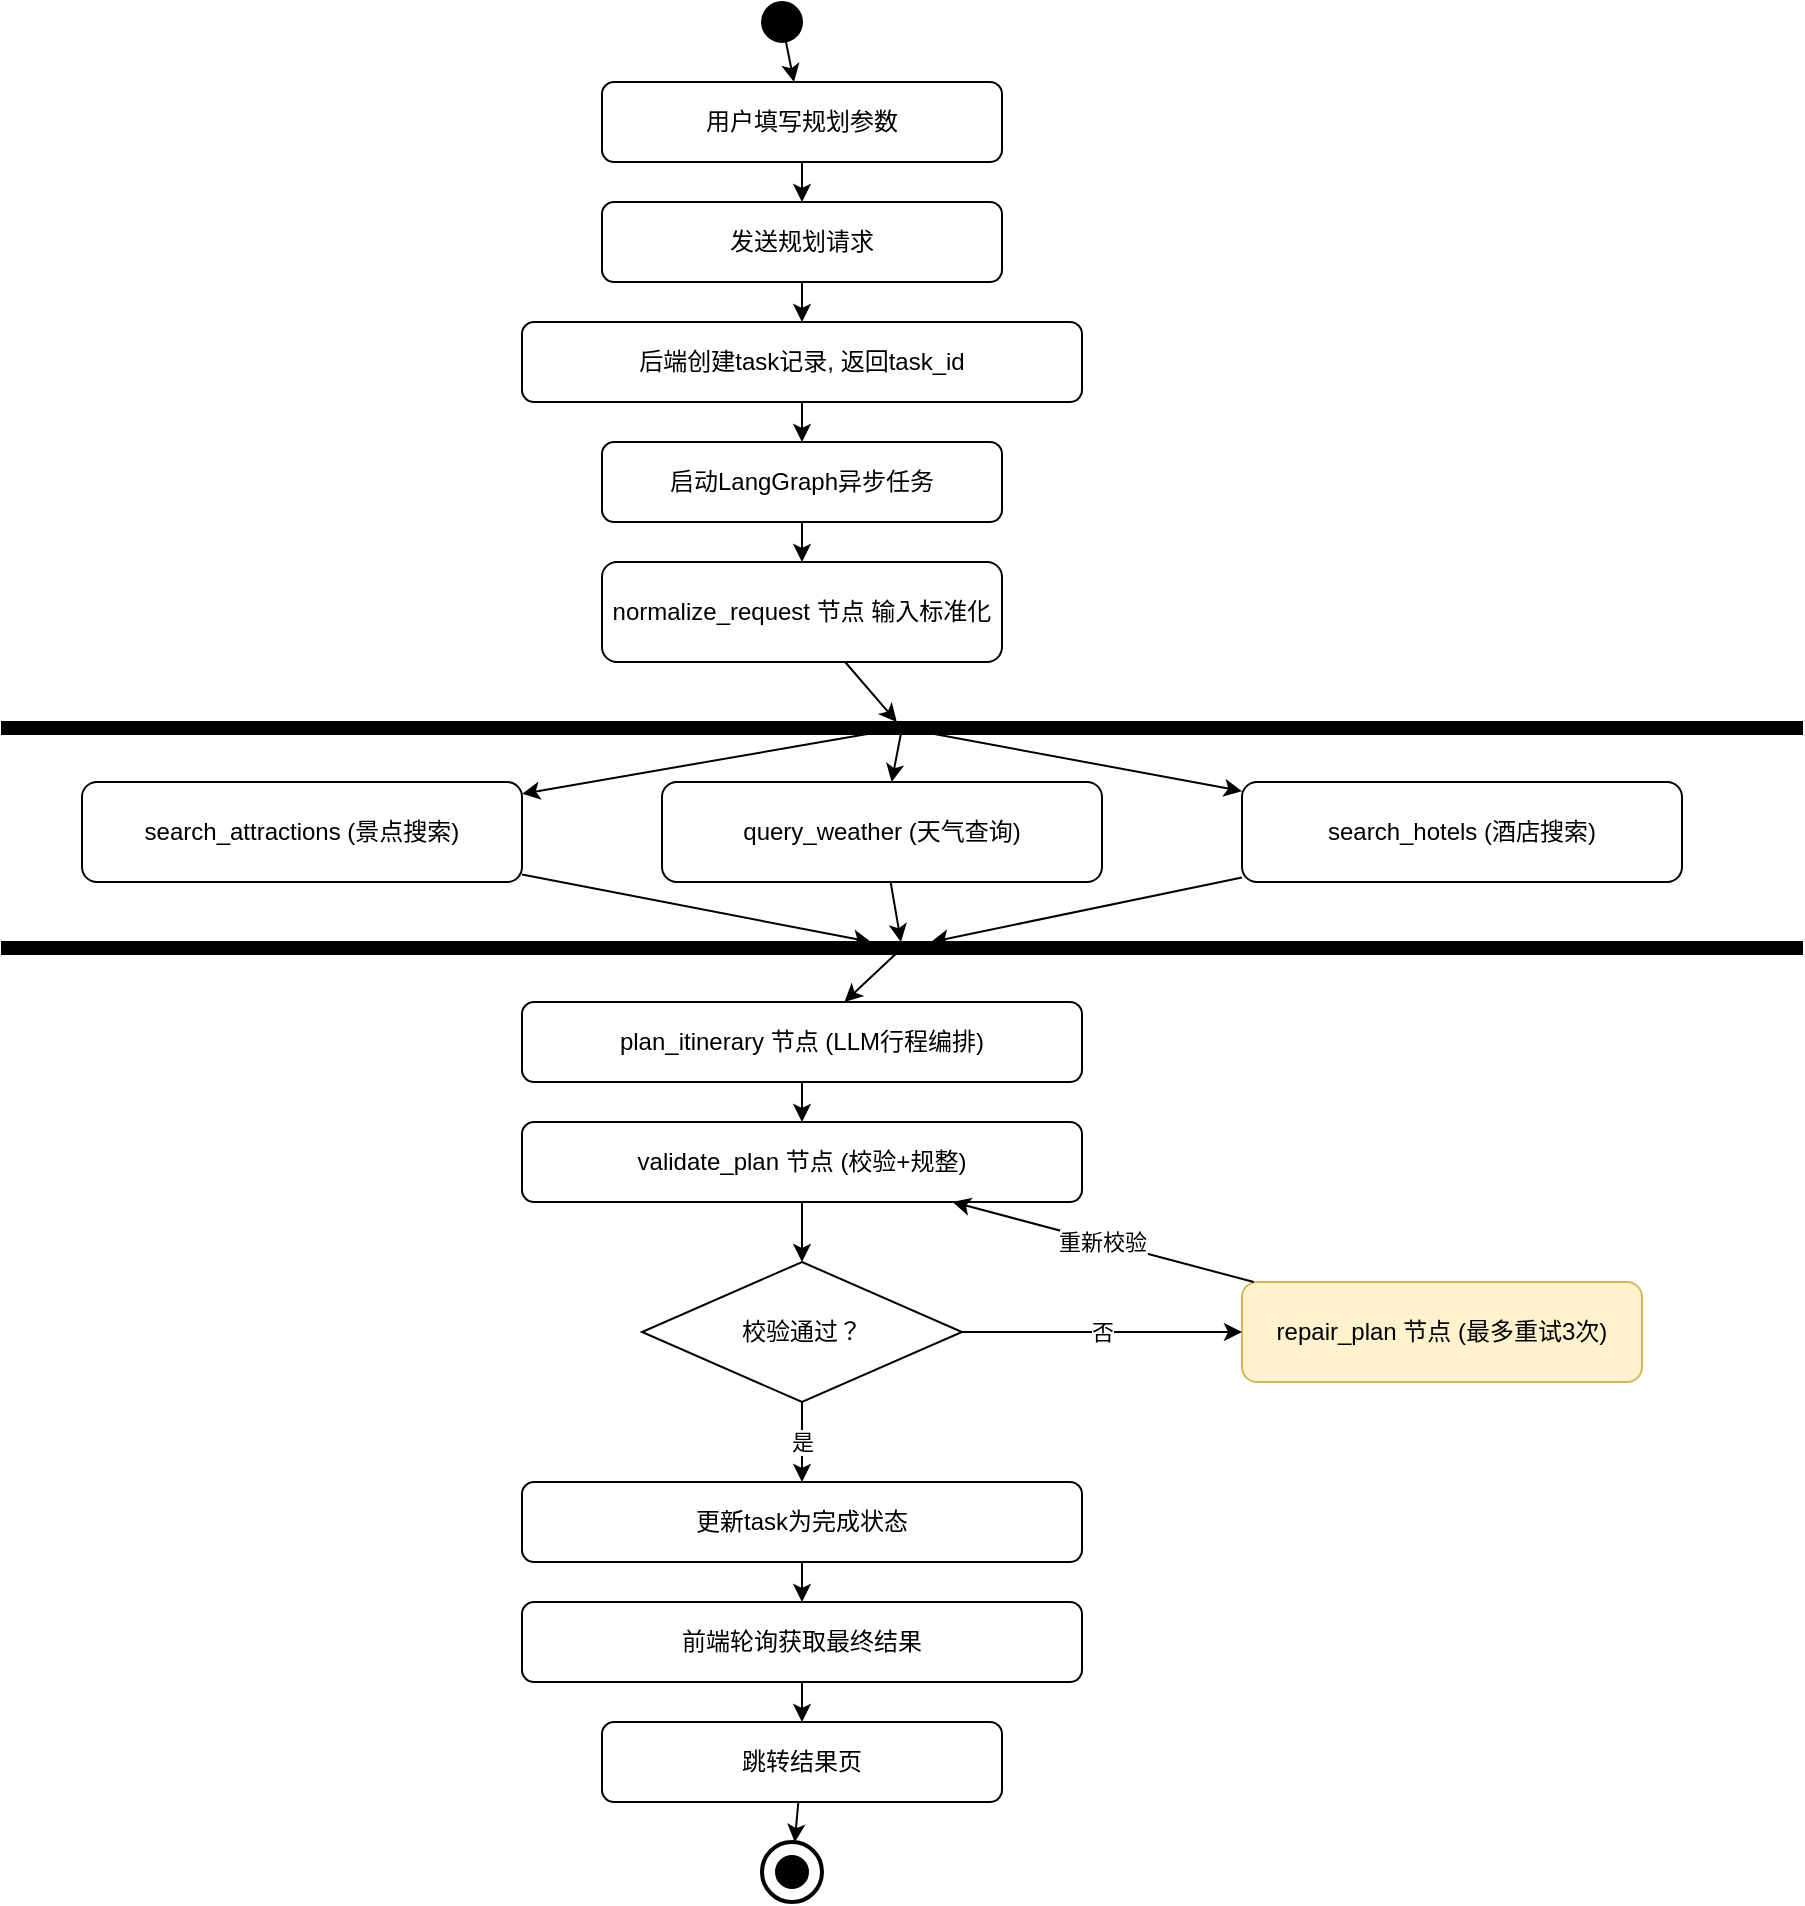
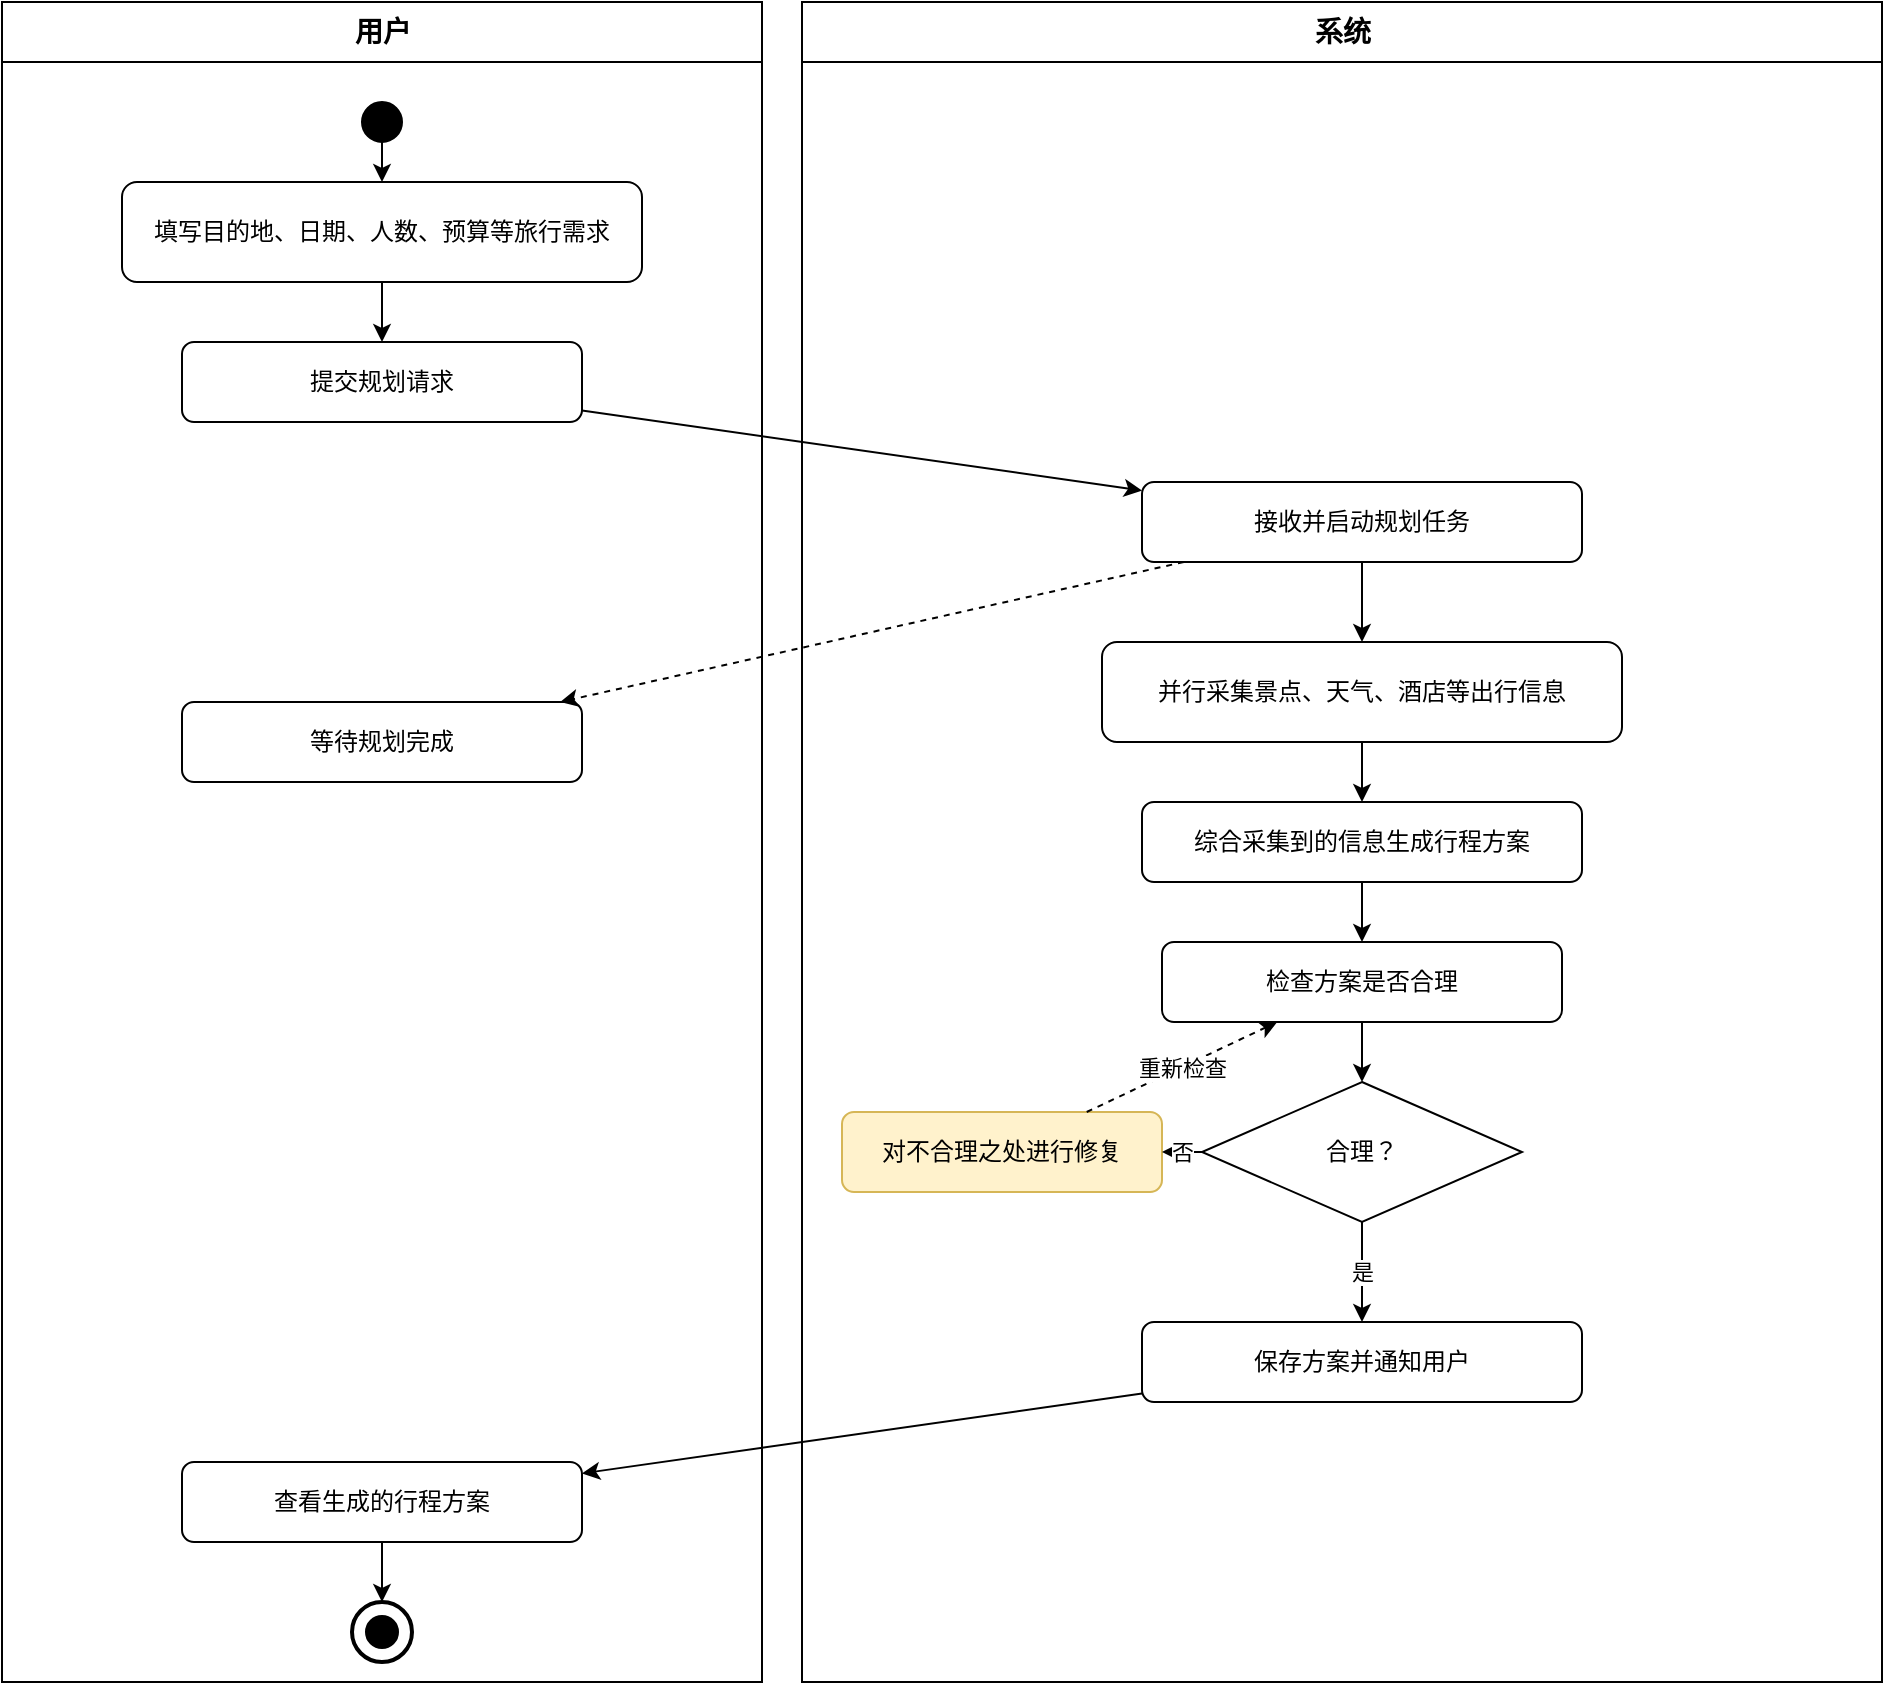
<mxfile host="app.diagrams.net" type="device">
  <diagram name="智能旅行规划活动图" id="actPlan">
-     <mxGraphModel dx="1200" dy="900" grid="1" gridSize="10" guides="1" tooltips="1" connect="1" arrows="1" fold="1" page="1" pageScale="1" pageWidth="1200" pageHeight="1100" math="0" shadow="0">
+     <mxGraphModel dx="1100" dy="900" grid="1" gridSize="10" guides="1" tooltips="1" connect="1" arrows="1" fold="1" page="1" pageScale="1" pageWidth="1000" pageHeight="900" math="0" shadow="0">
      <root>
        <mxCell id="0"/>
        <mxCell id="1" parent="0"/>
-         <mxCell id="n1" value="" style="ellipse;whiteSpace=wrap;html=1;fillColor=#000000;strokeColor=#000000;" vertex="1" parent="1"><mxGeometry x="540" y="20" width="20" height="20" as="geometry"/></mxCell>
-         <mxCell id="n2" value="用户填写规划参数" style="rounded=1;whiteSpace=wrap;html=1;fontSize=12;" vertex="1" parent="1"><mxGeometry x="460" y="60" width="200" height="40" as="geometry"/></mxCell>
-         <mxCell id="n3" value="发送规划请求" style="rounded=1;whiteSpace=wrap;html=1;fontSize=12;" vertex="1" parent="1"><mxGeometry x="460" y="120" width="200" height="40" as="geometry"/></mxCell>
-         <mxCell id="n4" value="后端创建task记录, 返回task_id" style="rounded=1;whiteSpace=wrap;html=1;fontSize=12;" vertex="1" parent="1"><mxGeometry x="420" y="180" width="280" height="40" as="geometry"/></mxCell>
-         <mxCell id="n5" value="启动LangGraph异步任务" style="rounded=1;whiteSpace=wrap;html=1;fontSize=12;" vertex="1" parent="1"><mxGeometry x="460" y="240" width="200" height="40" as="geometry"/></mxCell>
-         <mxCell id="n6" value="normalize_request 节点 输入标准化" style="rounded=1;whiteSpace=wrap;html=1;fontSize=12;" vertex="1" parent="1"><mxGeometry x="460" y="300" width="200" height="50" as="geometry"/></mxCell>
-         <mxCell id="n7" value="" style="rounded=0;whiteSpace=wrap;html=1;fillColor=#000000;strokeColor=#000000;" vertex="1" parent="1"><mxGeometry x="160" y="380" width="900" height="6" as="geometry"/></mxCell>
-         <mxCell id="n8" value="search_attractions (景点搜索)" style="rounded=1;whiteSpace=wrap;html=1;fontSize=12;" vertex="1" parent="1"><mxGeometry x="200" y="410" width="220" height="50" as="geometry"/></mxCell>
-         <mxCell id="n9" value="query_weather (天气查询)" style="rounded=1;whiteSpace=wrap;html=1;fontSize=12;" vertex="1" parent="1"><mxGeometry x="490" y="410" width="220" height="50" as="geometry"/></mxCell>
-         <mxCell id="n10" value="search_hotels (酒店搜索)" style="rounded=1;whiteSpace=wrap;html=1;fontSize=12;" vertex="1" parent="1"><mxGeometry x="780" y="410" width="220" height="50" as="geometry"/></mxCell>
-         <mxCell id="n11" value="" style="rounded=0;whiteSpace=wrap;html=1;fillColor=#000000;strokeColor=#000000;" vertex="1" parent="1"><mxGeometry x="160" y="490" width="900" height="6" as="geometry"/></mxCell>
-         <mxCell id="n12" value="plan_itinerary 节点 (LLM行程编排)" style="rounded=1;whiteSpace=wrap;html=1;fontSize=12;" vertex="1" parent="1"><mxGeometry x="420" y="520" width="280" height="40" as="geometry"/></mxCell>
-         <mxCell id="n13" value="validate_plan 节点 (校验+规整)" style="rounded=1;whiteSpace=wrap;html=1;fontSize=12;" vertex="1" parent="1"><mxGeometry x="420" y="580" width="280" height="40" as="geometry"/></mxCell>
-         <mxCell id="n14" value="校验通过？" style="rhombus;whiteSpace=wrap;html=1;fontSize=12;" vertex="1" parent="1"><mxGeometry x="480" y="650" width="160" height="70" as="geometry"/></mxCell>
-         <mxCell id="n15" value="repair_plan 节点 (最多重试3次)" style="rounded=1;whiteSpace=wrap;html=1;fillColor=#fff2cc;strokeColor=#d6b656;fontSize=12;" vertex="1" parent="1"><mxGeometry x="780" y="660" width="200" height="50" as="geometry"/></mxCell>
-         <mxCell id="n16" value="更新task为完成状态" style="rounded=1;whiteSpace=wrap;html=1;fontSize=12;" vertex="1" parent="1"><mxGeometry x="420" y="760" width="280" height="40" as="geometry"/></mxCell>
-         <mxCell id="n17" value="前端轮询获取最终结果" style="rounded=1;whiteSpace=wrap;html=1;fontSize=12;" vertex="1" parent="1"><mxGeometry x="420" y="820" width="280" height="40" as="geometry"/></mxCell>
-         <mxCell id="n18" value="跳转结果页" style="rounded=1;whiteSpace=wrap;html=1;fontSize=12;" vertex="1" parent="1"><mxGeometry x="460" y="880" width="200" height="40" as="geometry"/></mxCell>
-         <mxCell id="n19" value="" style="ellipse;whiteSpace=wrap;html=1;fillColor=#ffffff;strokeColor=#000000;strokeWidth=2;" vertex="1" parent="1"><mxGeometry x="540" y="940" width="30" height="30" as="geometry"/></mxCell>
-         <mxCell id="n20" value="" style="ellipse;whiteSpace=wrap;html=1;fillColor=#000000;strokeColor=#000000;" vertex="1" parent="1"><mxGeometry x="547" y="947" width="16" height="16" as="geometry"/></mxCell>
-         <mxCell id="g1" style="endArrow=classic;html=1;" edge="1" parent="1" source="n1" target="n2"><mxGeometry relative="1" as="geometry"/></mxCell>
-         <mxCell id="g2" style="endArrow=classic;html=1;" edge="1" parent="1" source="n2" target="n3"><mxGeometry relative="1" as="geometry"/></mxCell>
-         <mxCell id="g3" style="endArrow=classic;html=1;" edge="1" parent="1" source="n3" target="n4"><mxGeometry relative="1" as="geometry"/></mxCell>
-         <mxCell id="g4" style="endArrow=classic;html=1;" edge="1" parent="1" source="n4" target="n5"><mxGeometry relative="1" as="geometry"/></mxCell>
-         <mxCell id="g5" style="endArrow=classic;html=1;" edge="1" parent="1" source="n5" target="n6"><mxGeometry relative="1" as="geometry"/></mxCell>
-         <mxCell id="g6" style="endArrow=classic;html=1;" edge="1" parent="1" source="n6" target="n7"><mxGeometry relative="1" as="geometry"/></mxCell>
-         <mxCell id="g7" style="endArrow=classic;html=1;" edge="1" parent="1" source="n7" target="n8"><mxGeometry relative="1" as="geometry"/></mxCell>
-         <mxCell id="g8" style="endArrow=classic;html=1;" edge="1" parent="1" source="n7" target="n9"><mxGeometry relative="1" as="geometry"/></mxCell>
-         <mxCell id="g9" style="endArrow=classic;html=1;" edge="1" parent="1" source="n7" target="n10"><mxGeometry relative="1" as="geometry"/></mxCell>
-         <mxCell id="g10" style="endArrow=classic;html=1;" edge="1" parent="1" source="n8" target="n11"><mxGeometry relative="1" as="geometry"/></mxCell>
-         <mxCell id="g11" style="endArrow=classic;html=1;" edge="1" parent="1" source="n9" target="n11"><mxGeometry relative="1" as="geometry"/></mxCell>
-         <mxCell id="g12" style="endArrow=classic;html=1;" edge="1" parent="1" source="n10" target="n11"><mxGeometry relative="1" as="geometry"/></mxCell>
-         <mxCell id="g13" style="endArrow=classic;html=1;" edge="1" parent="1" source="n11" target="n12"><mxGeometry relative="1" as="geometry"/></mxCell>
-         <mxCell id="g14" style="endArrow=classic;html=1;" edge="1" parent="1" source="n12" target="n13"><mxGeometry relative="1" as="geometry"/></mxCell>
-         <mxCell id="g15" style="endArrow=classic;html=1;" edge="1" parent="1" source="n13" target="n14"><mxGeometry relative="1" as="geometry"/></mxCell>
-         <mxCell id="g16" value="是" style="endArrow=classic;html=1;" edge="1" parent="1" source="n14" target="n16"><mxGeometry relative="1" as="geometry"/></mxCell>
-         <mxCell id="g17" value="否" style="endArrow=classic;html=1;exitX=1;exitY=0.5;exitDx=0;exitDy=0;" edge="1" parent="1" source="n14" target="n15"><mxGeometry relative="1" as="geometry"/></mxCell>
-         <mxCell id="g18" value="重新校验" style="endArrow=classic;html=1;" edge="1" parent="1" source="n15" target="n13"><mxGeometry relative="1" as="geometry"/></mxCell>
-         <mxCell id="g19" style="endArrow=classic;html=1;" edge="1" parent="1" source="n16" target="n17"><mxGeometry relative="1" as="geometry"/></mxCell>
-         <mxCell id="g20" style="endArrow=classic;html=1;" edge="1" parent="1" source="n17" target="n18"><mxGeometry relative="1" as="geometry"/></mxCell>
-         <mxCell id="g21" style="endArrow=classic;html=1;" edge="1" parent="1" source="n18" target="n19"><mxGeometry relative="1" as="geometry"/></mxCell>
+         <mxCell id="lu" value="用户" style="swimlane;html=1;startSize=30;horizontal=1;fontSize=14;fontStyle=1;fillColor=#ffffff;strokeColor=#000000;swimlaneFillColor=#ffffff;" vertex="1" parent="1"><mxGeometry x="20" y="20" width="380" height="840" as="geometry"/></mxCell>
+         <mxCell id="ls" value="系统" style="swimlane;html=1;startSize=30;horizontal=1;fontSize=14;fontStyle=1;fillColor=#ffffff;strokeColor=#000000;swimlaneFillColor=#ffffff;" vertex="1" parent="1"><mxGeometry x="420" y="20" width="540" height="840" as="geometry"/></mxCell>
+         <mxCell id="u_start" value="" style="ellipse;html=1;fillColor=#000000;strokeColor=#000000;" vertex="1" parent="lu"><mxGeometry x="180" y="50" width="20" height="20" as="geometry"/></mxCell>
+         <mxCell id="u1" value="填写目的地、日期、人数、预算等旅行需求" style="rounded=1;whiteSpace=wrap;html=1;fontSize=12;" vertex="1" parent="lu"><mxGeometry x="60" y="90" width="260" height="50" as="geometry"/></mxCell>
+         <mxCell id="u2" value="提交规划请求" style="rounded=1;whiteSpace=wrap;html=1;fontSize=12;" vertex="1" parent="lu"><mxGeometry x="90" y="170" width="200" height="40" as="geometry"/></mxCell>
+         <mxCell id="u3" value="等待规划完成" style="rounded=1;whiteSpace=wrap;html=1;fontSize=12;" vertex="1" parent="lu"><mxGeometry x="90" y="350" width="200" height="40" as="geometry"/></mxCell>
+         <mxCell id="u4" value="查看生成的行程方案" style="rounded=1;whiteSpace=wrap;html=1;fontSize=12;" vertex="1" parent="lu"><mxGeometry x="90" y="730" width="200" height="40" as="geometry"/></mxCell>
+         <mxCell id="u_end_outer" value="" style="ellipse;html=1;fillColor=#ffffff;strokeColor=#000000;strokeWidth=2;" vertex="1" parent="lu"><mxGeometry x="175" y="800" width="30" height="30" as="geometry"/></mxCell>
+         <mxCell id="u_end_inner" value="" style="ellipse;html=1;fillColor=#000000;strokeColor=#000000;" vertex="1" parent="lu"><mxGeometry x="182" y="807" width="16" height="16" as="geometry"/></mxCell>
+         <mxCell id="s1" value="接收并启动规划任务" style="rounded=1;whiteSpace=wrap;html=1;fontSize=12;" vertex="1" parent="ls"><mxGeometry x="170" y="240" width="220" height="40" as="geometry"/></mxCell>
+         <mxCell id="s2" value="并行采集景点、天气、酒店等出行信息" style="rounded=1;whiteSpace=wrap;html=1;fontSize=12;" vertex="1" parent="ls"><mxGeometry x="150" y="320" width="260" height="50" as="geometry"/></mxCell>
+         <mxCell id="s3" value="综合采集到的信息生成行程方案" style="rounded=1;whiteSpace=wrap;html=1;fontSize=12;" vertex="1" parent="ls"><mxGeometry x="170" y="400" width="220" height="40" as="geometry"/></mxCell>
+         <mxCell id="s4" value="检查方案是否合理" style="rounded=1;whiteSpace=wrap;html=1;fontSize=12;" vertex="1" parent="ls"><mxGeometry x="180" y="470" width="200" height="40" as="geometry"/></mxCell>
+         <mxCell id="s_dec" value="合理？" style="rhombus;whiteSpace=wrap;html=1;fontSize=12;" vertex="1" parent="ls"><mxGeometry x="200" y="540" width="160" height="70" as="geometry"/></mxCell>
+         <mxCell id="s_repair" value="对不合理之处进行修复" style="rounded=1;whiteSpace=wrap;html=1;fillColor=#fff2cc;strokeColor=#d6b656;fontSize=12;" vertex="1" parent="ls"><mxGeometry x="20" y="555" width="160" height="40" as="geometry"/></mxCell>
+         <mxCell id="s5" value="保存方案并通知用户" style="rounded=1;whiteSpace=wrap;html=1;fontSize=12;" vertex="1" parent="ls"><mxGeometry x="170" y="660" width="220" height="40" as="geometry"/></mxCell>
+         <mxCell id="e1" style="endArrow=classic;html=1;" edge="1" parent="1" source="u_start" target="u1"><mxGeometry relative="1" as="geometry"/></mxCell>
+         <mxCell id="e2" style="endArrow=classic;html=1;" edge="1" parent="1" source="u1" target="u2"><mxGeometry relative="1" as="geometry"/></mxCell>
+         <mxCell id="e3" style="endArrow=classic;html=1;" edge="1" parent="1" source="u2" target="s1"><mxGeometry relative="1" as="geometry"/></mxCell>
+         <mxCell id="e4" style="endArrow=classic;html=1;dashed=1;" edge="1" parent="1" source="s1" target="u3"><mxGeometry relative="1" as="geometry"/></mxCell>
+         <mxCell id="e5" style="endArrow=classic;html=1;" edge="1" parent="1" source="s1" target="s2"><mxGeometry relative="1" as="geometry"/></mxCell>
+         <mxCell id="e6" style="endArrow=classic;html=1;" edge="1" parent="1" source="s2" target="s3"><mxGeometry relative="1" as="geometry"/></mxCell>
+         <mxCell id="e7" style="endArrow=classic;html=1;" edge="1" parent="1" source="s3" target="s4"><mxGeometry relative="1" as="geometry"/></mxCell>
+         <mxCell id="e8" style="endArrow=classic;html=1;" edge="1" parent="1" source="s4" target="s_dec"><mxGeometry relative="1" as="geometry"/></mxCell>
+         <mxCell id="e9" value="否" style="endArrow=classic;html=1;exitX=0;exitY=0.5;exitDx=0;exitDy=0;" edge="1" parent="1" source="s_dec" target="s_repair"><mxGeometry relative="1" as="geometry"/></mxCell>
+         <mxCell id="e10" value="重新检查" style="endArrow=classic;html=1;dashed=1;" edge="1" parent="1" source="s_repair" target="s4"><mxGeometry relative="1" as="geometry"/></mxCell>
+         <mxCell id="e11" value="是" style="endArrow=classic;html=1;exitX=0.5;exitY=1;exitDx=0;exitDy=0;" edge="1" parent="1" source="s_dec" target="s5"><mxGeometry relative="1" as="geometry"/></mxCell>
+         <mxCell id="e12" style="endArrow=classic;html=1;" edge="1" parent="1" source="s5" target="u4"><mxGeometry relative="1" as="geometry"/></mxCell>
+         <mxCell id="e13" style="endArrow=classic;html=1;" edge="1" parent="1" source="u4" target="u_end_outer"><mxGeometry relative="1" as="geometry"/></mxCell>
      </root>
    </mxGraphModel>
  </diagram>
</mxfile>
